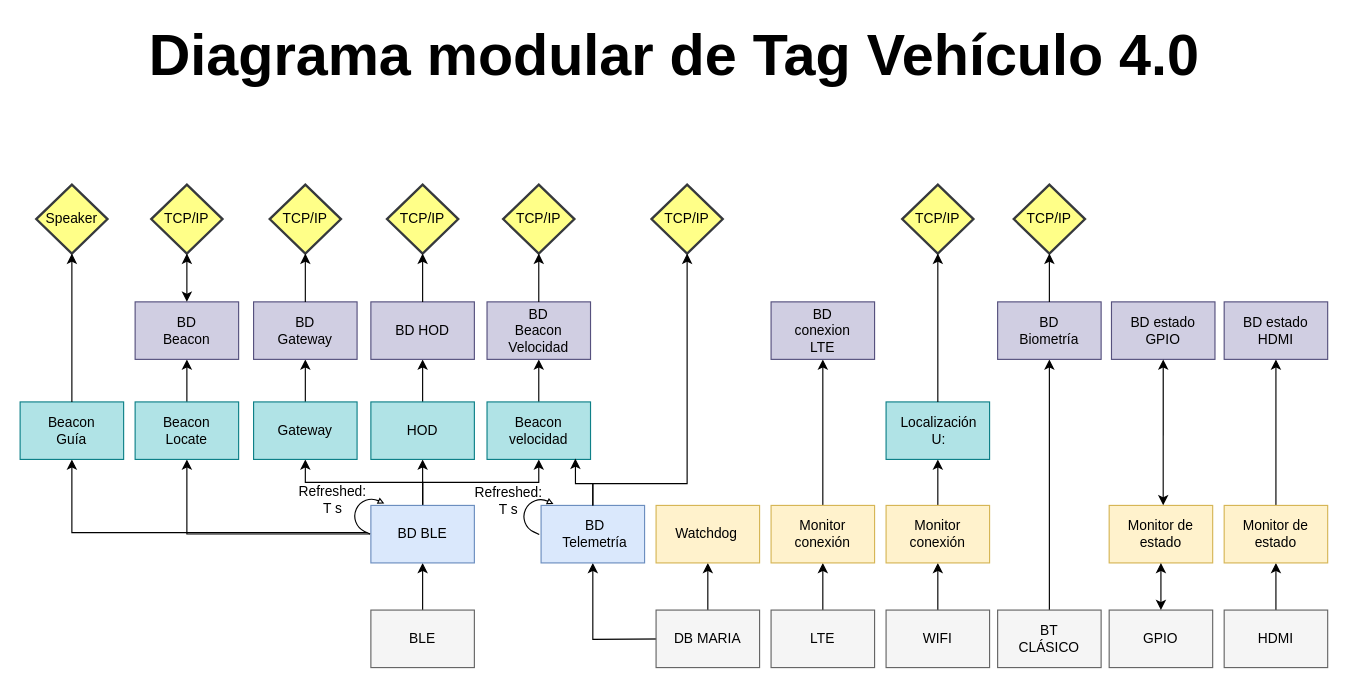
Before: Diagrama modular de Tag Vehiculo 4_0.drawio in CesarRodriguez14/Tag_Vehiculo_4_0_Diagramas, a draw.io diagram. Source tidied: cells renumbered, new cells numbered last; positions are measured from the earlier drawing's top-left corner, leaving out a move shared by most shapes. Both pictures are drawn from the tidied source at 115%, with x=0, y=0 at pixel (20, 25).
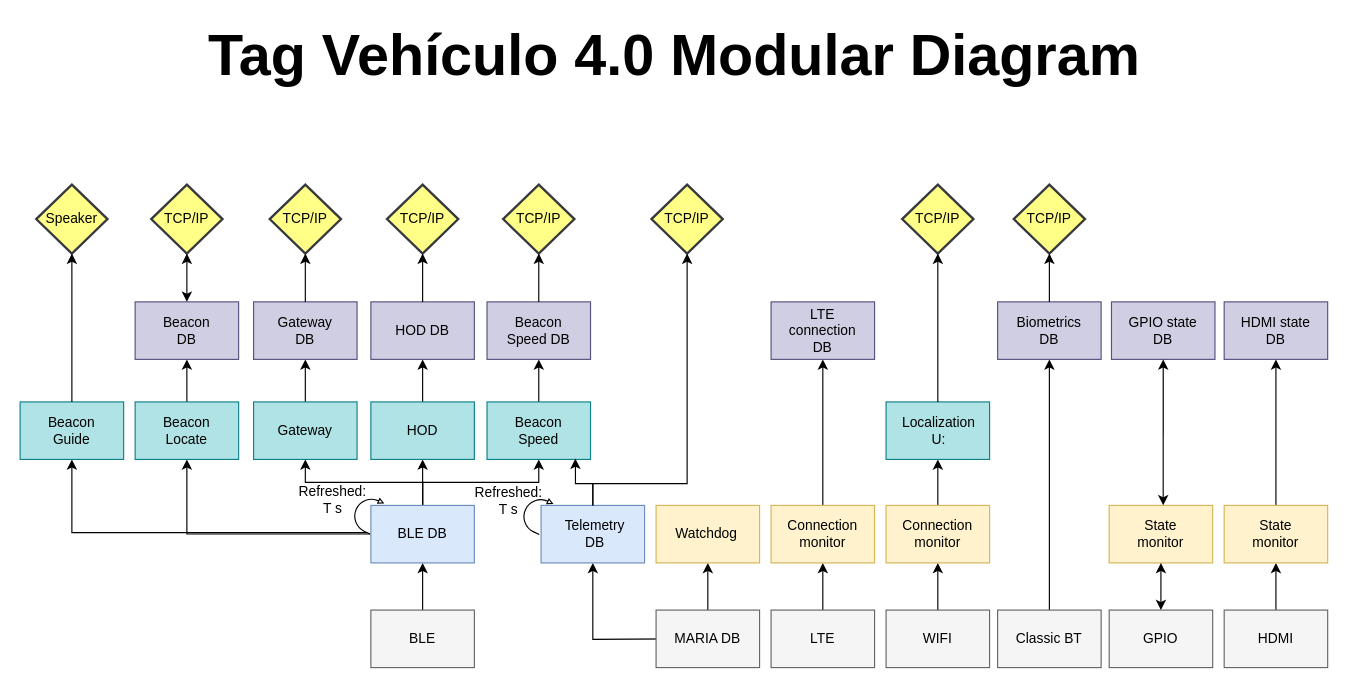
The same diagram, later.

Diff of the diagram source:
```diff
@@
-    <mxCell id="19" value="DB MARIA" style="text;html=1;align=center;verticalAlign=middle;whiteSpace=wrap;rounded=0;" parent="1" vertex="1">
+    <mxCell id="19" value="MARIA DB" style="text;html=1;align=center;verticalAlign=middle;whiteSpace=wrap;rounded=0;" parent="1" vertex="1">
       <mxGeometry x="568" y="518" width="60" height="30" as="geometry" />
     </mxCell>
@@
-    <mxCell id="24" value="BD BLE" style="text;html=1;align=center;verticalAlign=middle;whiteSpace=wrap;rounded=0;" parent="1" vertex="1">
+    <mxCell id="24" value="BLE DB" style="text;html=1;align=center;verticalAlign=middle;whiteSpace=wrap;rounded=0;" parent="1" vertex="1">
       <mxGeometry x="320" y="427" width="60" height="30" as="geometry" />
     </mxCell>
@@
-    <mxCell id="27" value="Monitor conexión" style="text;html=1;align=center;verticalAlign=middle;whiteSpace=wrap;rounded=0;" parent="1" vertex="1">
+    <mxCell id="27" value="Connection monitor" style="text;html=1;align=center;verticalAlign=middle;whiteSpace=wrap;rounded=0;" parent="1" vertex="1">
       <mxGeometry x="668" y="427" width="60" height="30" as="geometry" />
     </mxCell>
@@
-    <mxCell id="30" value="Monitor conexión" style="text;html=1;align=center;verticalAlign=middle;whiteSpace=wrap;rounded=0;" parent="1" vertex="1">
+    <mxCell id="30" value="Connection monitor" style="text;html=1;align=center;verticalAlign=middle;whiteSpace=wrap;rounded=0;" parent="1" vertex="1">
       <mxGeometry x="768" y="427" width="60" height="30" as="geometry" />
     </mxCell>
@@
-    <mxCell id="32" value="Monitor de estado" style="text;html=1;align=center;verticalAlign=middle;whiteSpace=wrap;rounded=0;" parent="1" vertex="1">
+    <mxCell id="32" value="State monitor" style="text;html=1;align=center;verticalAlign=middle;whiteSpace=wrap;rounded=0;" parent="1" vertex="1">
       <mxGeometry x="962" y="427" width="60" height="30" as="geometry" />
     </mxCell>
@@
-    <mxCell id="35" value="Monitor de estado" style="text;html=1;align=center;verticalAlign=middle;whiteSpace=wrap;rounded=0;" parent="1" vertex="1">
+    <mxCell id="35" value="State monitor" style="text;html=1;align=center;verticalAlign=middle;whiteSpace=wrap;rounded=0;" parent="1" vertex="1">
       <mxGeometry x="1062" y="427" width="60" height="30" as="geometry" />
     </mxCell>
@@
-    <mxCell id="43" value="BD Telemetría" style="text;html=1;align=center;verticalAlign=middle;whiteSpace=wrap;rounded=0;" parent="1" vertex="1">
+    <mxCell id="43" value="Telemetry DB" style="text;html=1;align=center;verticalAlign=middle;whiteSpace=wrap;rounded=0;" parent="1" vertex="1">
       <mxGeometry x="470" y="427" width="60" height="30" as="geometry" />
     </mxCell>
@@
-    <mxCell id="47" value="BT CLÁSICO" style="text;html=1;align=center;verticalAlign=middle;whiteSpace=wrap;rounded=0;" parent="1" vertex="1">
+    <mxCell id="47" value="Classic BT" style="text;html=1;align=center;verticalAlign=middle;whiteSpace=wrap;rounded=0;" parent="1" vertex="1">
       <mxGeometry x="865" y="518" width="60" height="30" as="geometry" />
     </mxCell>
@@
-    <mxCell id="49" value="BD Biometría" style="text;html=1;align=center;verticalAlign=middle;whiteSpace=wrap;rounded=0;" parent="1" vertex="1">
+    <mxCell id="49" value="Biometrics DB" style="text;html=1;align=center;verticalAlign=middle;whiteSpace=wrap;rounded=0;" parent="1" vertex="1">
       <mxGeometry x="865" y="250" width="60" height="30" as="geometry" />
     </mxCell>
@@
-    <mxCell id="53" value="Localización&lt;div&gt;U:&lt;/div&gt;" style="text;html=1;align=center;verticalAlign=middle;whiteSpace=wrap;rounded=0;" parent="1" vertex="1">
+    <mxCell id="53" value="Localization&lt;div&gt;U:&lt;/div&gt;" style="text;html=1;align=center;verticalAlign=middle;whiteSpace=wrap;rounded=0;" parent="1" vertex="1">
       <mxGeometry x="768" y="337" width="62" height="30" as="geometry" />
     </mxCell>
@@
-    <mxCell id="60" value="BD Beacon" style="text;html=1;align=center;verticalAlign=middle;whiteSpace=wrap;rounded=0;" parent="1" vertex="1">
+    <mxCell id="60" value="Beacon DB" style="text;html=1;align=center;verticalAlign=middle;whiteSpace=wrap;rounded=0;" parent="1" vertex="1">
       <mxGeometry x="114" y="250" width="62" height="30" as="geometry" />
     </mxCell>
@@
-    <mxCell id="66" value="BD Gateway" style="text;html=1;align=center;verticalAlign=middle;whiteSpace=wrap;rounded=0;" parent="1" vertex="1">
+    <mxCell id="66" value="Gateway DB" style="text;html=1;align=center;verticalAlign=middle;whiteSpace=wrap;rounded=0;" parent="1" vertex="1">
       <mxGeometry x="217" y="250" width="62" height="30" as="geometry" />
     </mxCell>
@@
-    <mxCell id="72" value="Beacon velocidad" style="text;html=1;align=center;verticalAlign=middle;whiteSpace=wrap;rounded=0;" parent="1" vertex="1">
+    <mxCell id="72" value="Beacon Speed" style="text;html=1;align=center;verticalAlign=middle;whiteSpace=wrap;rounded=0;" parent="1" vertex="1">
       <mxGeometry x="420" y="337" width="62" height="30" as="geometry" />
     </mxCell>
@@
-    <mxCell id="74" value="BD Beacon Velocidad" style="text;html=1;align=center;verticalAlign=middle;whiteSpace=wrap;rounded=0;" parent="1" vertex="1">
+    <mxCell id="74" value="Beacon Speed DB" style="text;html=1;align=center;verticalAlign=middle;whiteSpace=wrap;rounded=0;" parent="1" vertex="1">
       <mxGeometry x="420" y="250" width="62" height="30" as="geometry" />
     </mxCell>
@@
-    <mxCell id="78" value="BD HOD" style="text;html=1;align=center;verticalAlign=middle;whiteSpace=wrap;rounded=0;" parent="1" vertex="1">
+    <mxCell id="78" value="HOD DB" style="text;html=1;align=center;verticalAlign=middle;whiteSpace=wrap;rounded=0;" parent="1" vertex="1">
       <mxGeometry x="319" y="250" width="62" height="30" as="geometry" />
     </mxCell>
@@
-    <mxCell id="85" value="Diagrama modular de Tag Vehículo 4.0" style="text;html=1;align=center;verticalAlign=middle;whiteSpace=wrap;rounded=0;fontSize=50;fontStyle=1;" parent="1" vertex="1">
+    <mxCell id="85" value="Tag Vehículo 4.0 Modular Diagram" style="text;html=1;align=center;verticalAlign=middle;whiteSpace=wrap;rounded=0;fontSize=50;fontStyle=1;" parent="1" vertex="1">
       <mxGeometry x="73.5" width="990" height="50" as="geometry" />
     </mxCell>
@@
-    <mxCell id="89" value="BD conexion LTE" style="text;html=1;align=center;verticalAlign=middle;whiteSpace=wrap;rounded=0;" parent="1" vertex="1">
+    <mxCell id="89" value="LTE connection DB" style="text;html=1;align=center;verticalAlign=middle;whiteSpace=wrap;rounded=0;" parent="1" vertex="1">
       <mxGeometry x="667" y="250" width="62" height="30" as="geometry" />
     </mxCell>
@@
-    <mxCell id="91" value="BD estado GPIO" style="text;html=1;align=center;verticalAlign=middle;whiteSpace=wrap;rounded=0;" parent="1" vertex="1">
+    <mxCell id="91" value="GPIO state DB" style="text;html=1;align=center;verticalAlign=middle;whiteSpace=wrap;rounded=0;" parent="1" vertex="1">
       <mxGeometry x="963" y="250" width="62" height="30" as="geometry" />
     </mxCell>
@@
-    <mxCell id="95" value="BD estado HDMI" style="text;html=1;align=center;verticalAlign=middle;whiteSpace=wrap;rounded=0;" parent="1" vertex="1">
+    <mxCell id="95" value="HDMI state DB" style="text;html=1;align=center;verticalAlign=middle;whiteSpace=wrap;rounded=0;" parent="1" vertex="1">
       <mxGeometry x="1061" y="250" width="62" height="30" as="geometry" />
     </mxCell>
@@
-    <mxCell id="98" value="Beacon Guía" style="text;html=1;align=center;verticalAlign=middle;whiteSpace=wrap;rounded=0;" parent="1" vertex="1">
+    <mxCell id="98" value="Beacon Guide" style="text;html=1;align=center;verticalAlign=middle;whiteSpace=wrap;rounded=0;" parent="1" vertex="1">
       <mxGeometry x="14" y="337" width="62" height="30" as="geometry" />
     </mxCell>
```
